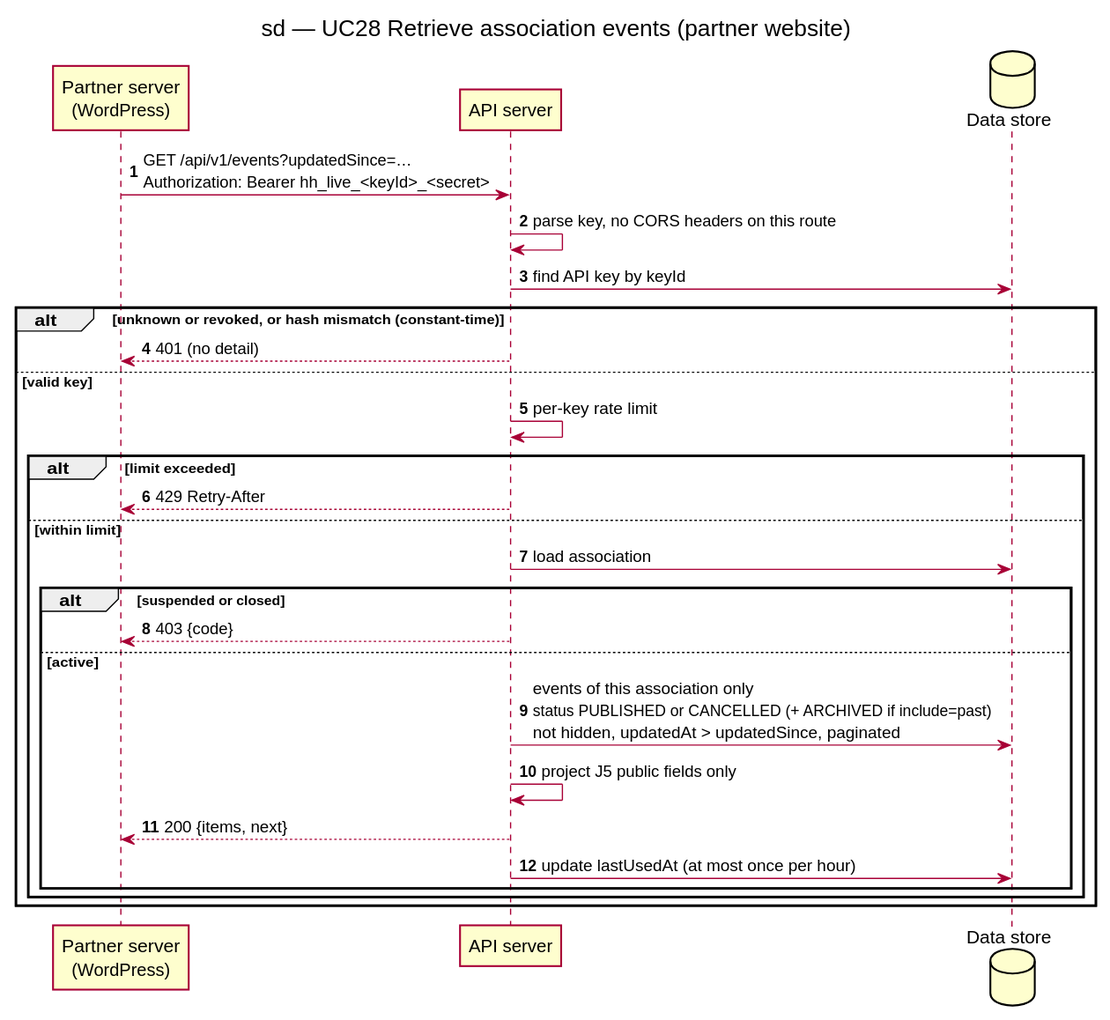
Above: docs/architecture/diagrams/v1-events/02c-sequence-api-retrieve-events.svg in benoit-bremaud/HappiHub (PlantUML), before the change. Source of this version:
```plantuml
@startuml
title sd — UC28 Retrieve association events (partner website)
skinparam shadowing false
autonumber
participant "Partner server\n(WordPress)" as P
participant "API server" as A
database "Data store" as D

P -> A : GET /api/v1/events?updatedSince=…\nAuthorization: Bearer hh_live_<keyId>_<secret>
A -> A : parse key, no CORS headers on this route
A -> D : find API key by keyId
alt unknown or revoked, or hash mismatch (constant-time)
  A --> P : 401 (no detail)
else valid key
  A -> A : per-key rate limit
  alt limit exceeded
    A --> P : 429 Retry-After
  else within limit
    A -> D : load association
    alt suspended or closed
      A --> P : 403 {code}
    else active
      A -> D : events of this association only\nstatus PUBLISHED or CANCELLED (+ ARCHIVED if include=past)\nnot hidden, updatedAt > updatedSince, paginated
      A -> A : project J5 public fields only
      A --> P : 200 {items, next}
      A -> D : update lastUsedAt (at most once per hour)
    end
  end
end
@enduml
```
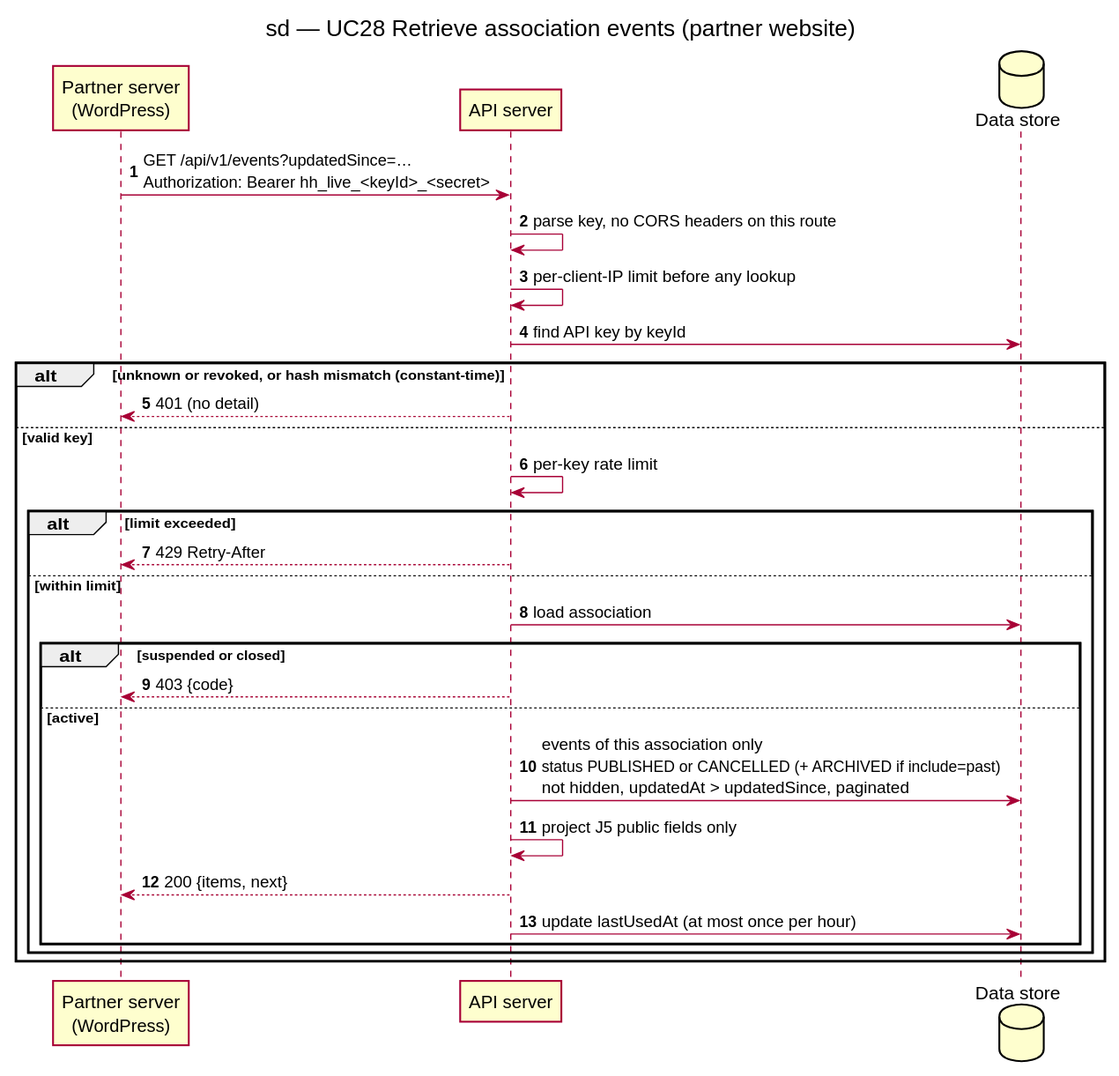
The same diagram one commit later.

What changed in the source:
```diff
@@ -8,6 +8,7 @@
 
 P -> A : GET /api/v1/events?updatedSince=…\nAuthorization: Bearer hh_live_<keyId>_<secret>
 A -> A : parse key, no CORS headers on this route
+A -> A : per-client-IP limit before any lookup
 A -> D : find API key by keyId
 alt unknown or revoked, or hash mismatch (constant-time)
   A --> P : 401 (no detail)
```
